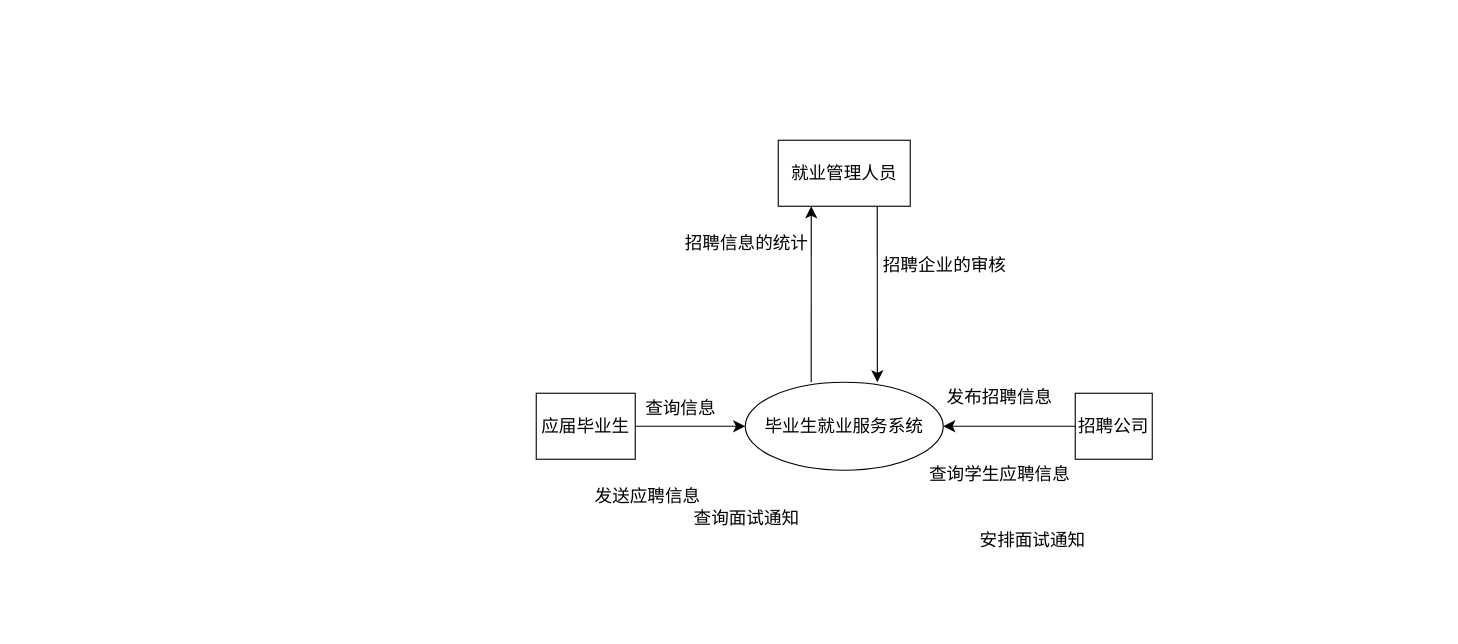
Above: page "第 1 页" (1 of 3) of DFD.drawio in SET025187/EXERCISE001 (draw.io), before the change. Source tidied: cells renumbered, new cells numbered last; positions are measured from the earlier drawing's top-left corner, leaving out a move shared by most shapes. Both pictures are drawn from the tidied source at 110%, with x=0, y=0 at pixel (536, 140).
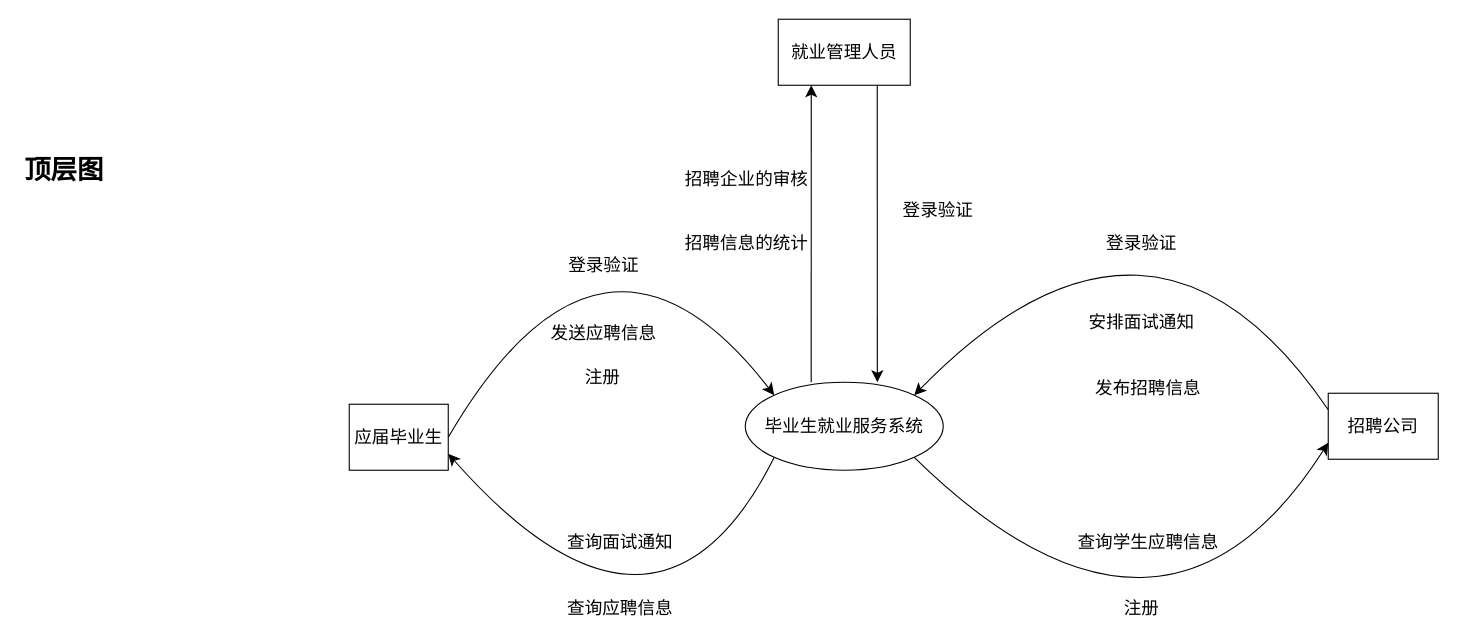
Above is the later version.

The change refers to these unchanged cells:
```xml
<mxCell id="5" value="毕业生就业服务系统" style="ellipse;whiteSpace=wrap;html=1;fontSize=16;" parent="1" vertex="1">
  <mxGeometry x="190" y="220" width="180" height="80" as="geometry" />
</mxCell>
```

Change to the diagram source:
```diff
@@
     <mxCell id="2" value="就业管理人员" style="rounded=0;whiteSpace=wrap;html=1;fontSize=16;" parent="1" vertex="1">
-      <mxGeometry x="220" width="120" height="60" as="geometry" />
+      <mxGeometry x="220" y="-110" width="120" height="60" as="geometry" />
     </mxCell>
     <mxCell id="3" value="应届毕业生" style="rounded=0;whiteSpace=wrap;html=1;fontSize=16;" parent="1" vertex="1">
-      <mxGeometry y="230" width="90" height="60" as="geometry" />
+      <mxGeometry x="-170" y="240" width="90" height="60" as="geometry" />
     </mxCell>
     <mxCell id="4" value="招聘公司" style="rounded=0;whiteSpace=wrap;html=1;fontSize=16;" parent="1" vertex="1">
-      <mxGeometry x="490" y="230" width="70" height="60" as="geometry" />
+      <mxGeometry x="720" y="230" width="100" height="60" as="geometry" />
     </mxCell>
@@
-    <mxCell id="6" style="endArrow=classic;html=1;rounded=0;fontSize=12;startSize=8;endSize=8;curved=1;entryX=1;entryY=0.5;entryDx=0;entryDy=0;exitX=0;exitY=0.5;exitDx=0;exitDy=0;" parent="1" edge="1" source="4" target="5">
-      <mxGeometry relative="1" as="geometry">
-        <Array as="points">
-          <mxPoint x="450" y="260" />
-        </Array>
-      </mxGeometry>
-    </mxCell>
-    <mxCell id="7" style="endArrow=classic;html=1;rounded=0;fontSize=12;startSize=8;endSize=8;curved=1;exitX=1;exitY=0.5;exitDx=0;exitDy=0;entryX=0;entryY=0.5;entryDx=0;entryDy=0;" parent="1" edge="1" source="3" target="5">
-      <mxGeometry relative="1" as="geometry" />
+    <mxCell id="7" style="endArrow=classic;html=1;rounded=0;fontSize=12;startSize=8;endSize=8;curved=1;exitX=1;exitY=0.5;exitDx=0;exitDy=0;entryX=0;entryY=0;entryDx=0;entryDy=0;" parent="1" edge="1" source="3" target="5">
+      <mxGeometry relative="1" as="geometry">
+        <Array as="points">
+          <mxPoint x="60" y="30" />
+        </Array>
+      </mxGeometry>
     </mxCell>
@@
-    <mxCell id="10" value="查询信息" style="text;html=1;align=center;verticalAlign=middle;strokeColor=none;fillColor=none;fontSize=16;" parent="1" vertex="1">
-      <mxGeometry x="86" y="228" width="90" height="30" as="geometry" />
+    <mxCell id="10" value="查询应聘信息" style="text;html=1;align=center;verticalAlign=middle;strokeColor=none;fillColor=none;fontSize=16;" parent="1" vertex="1">
+      <mxGeometry x="16" y="410" width="120" height="30" as="geometry" />
     </mxCell>
     <mxCell id="11" value="发送应聘信息" style="text;html=1;align=center;verticalAlign=middle;strokeColor=none;fillColor=none;fontSize=16;" parent="1" vertex="1">
-      <mxGeometry x="41" y="308" width="120" height="30" as="geometry" />
+      <mxGeometry x="1" y="160" width="120" height="30" as="geometry" />
     </mxCell>
     <mxCell id="12" value="查询面试通知" style="text;html=1;align=center;verticalAlign=middle;strokeColor=none;fillColor=none;fontSize=16;" parent="1" vertex="1">
-      <mxGeometry x="131" y="328" width="120" height="30" as="geometry" />
+      <mxGeometry x="16" y="350" width="120" height="30" as="geometry" />
     </mxCell>
@@
     <mxCell id="14" value="招聘企业的审核" style="text;html=1;align=center;verticalAlign=middle;strokeColor=none;fillColor=none;fontSize=16;" parent="1" vertex="1">
-      <mxGeometry x="301" y="98" width="140" height="30" as="geometry" />
+      <mxGeometry x="121" y="20" width="140" height="30" as="geometry" />
     </mxCell>
     <mxCell id="15" value="发布招聘信息" style="text;html=1;align=center;verticalAlign=middle;strokeColor=none;fillColor=none;fontSize=16;" parent="1" vertex="1">
-      <mxGeometry x="361" y="218" width="120" height="30" as="geometry" />
+      <mxGeometry x="496" y="210" width="120" height="30" as="geometry" />
     </mxCell>
     <mxCell id="16" value="查询学生应聘信息" style="text;html=1;align=center;verticalAlign=middle;strokeColor=none;fillColor=none;fontSize=16;" parent="1" vertex="1">
-      <mxGeometry x="346" y="288" width="150" height="30" as="geometry" />
+      <mxGeometry x="481" y="350" width="150" height="30" as="geometry" />
     </mxCell>
     <mxCell id="17" value="安排面试通知" style="text;html=1;align=center;verticalAlign=middle;strokeColor=none;fillColor=none;fontSize=16;" parent="1" vertex="1">
-      <mxGeometry x="391" y="348" width="120" height="30" as="geometry" />
+      <mxGeometry x="490" y="150" width="120" height="30" as="geometry" />
     </mxCell>
+    <mxCell id="18" value="注册" style="text;html=1;align=center;verticalAlign=middle;strokeColor=none;fillColor=none;fontSize=16;" parent="1" vertex="1">
+      <mxGeometry x="30" y="200" width="60" height="30" as="geometry" />
+    </mxCell>
+    <mxCell id="19" value="注册" style="text;html=1;align=center;verticalAlign=middle;strokeColor=none;fillColor=none;fontSize=16;" parent="1" vertex="1">
+      <mxGeometry x="520" y="410" width="60" height="30" as="geometry" />
+    </mxCell>
+    <mxCell id="20" value="登录验证" style="text;html=1;align=center;verticalAlign=middle;strokeColor=none;fillColor=none;fontSize=16;" parent="1" vertex="1">
+      <mxGeometry x="16" y="98" width="90" height="30" as="geometry" />
+    </mxCell>
+    <mxCell id="21" value="登录验证" style="text;html=1;align=center;verticalAlign=middle;strokeColor=none;fillColor=none;fontSize=16;" parent="1" vertex="1">
+      <mxGeometry x="320" y="48" width="90" height="30" as="geometry" />
+    </mxCell>
+    <mxCell id="22" value="登录验证" style="text;html=1;align=center;verticalAlign=middle;strokeColor=none;fillColor=none;fontSize=16;" parent="1" vertex="1">
+      <mxGeometry x="505" y="78" width="90" height="30" as="geometry" />
+    </mxCell>
+    <mxCell id="23" style="endArrow=classic;html=1;rounded=0;fontSize=12;startSize=8;endSize=8;curved=1;entryX=1;entryY=0.75;entryDx=0;entryDy=0;exitX=0;exitY=1;exitDx=0;exitDy=0;" parent="1" edge="1" source="5" target="3">
+      <mxGeometry relative="1" as="geometry">
+        <Array as="points">
+          <mxPoint x="110" y="500" />
+        </Array>
+      </mxGeometry>
+    </mxCell>
+    <mxCell id="6" style="endArrow=classic;html=1;rounded=0;fontSize=12;startSize=8;endSize=8;curved=1;entryX=1;entryY=0;entryDx=0;entryDy=0;exitX=0;exitY=0.25;exitDx=0;exitDy=0;" parent="1" edge="1" source="4" target="5">
+      <mxGeometry relative="1" as="geometry">
+        <Array as="points">
+          <mxPoint x="560" y="10" />
+        </Array>
+      </mxGeometry>
+    </mxCell>
+    <mxCell id="24" style="endArrow=classic;html=1;rounded=0;fontSize=12;startSize=8;endSize=8;curved=1;exitX=1;exitY=1;exitDx=0;exitDy=0;entryX=0;entryY=0.75;entryDx=0;entryDy=0;" parent="1" edge="1" source="5" target="4">
+      <mxGeometry relative="1" as="geometry">
+        <Array as="points">
+          <mxPoint x="570" y="510" />
+        </Array>
+      </mxGeometry>
+    </mxCell>
+    <mxCell id="25" value="&lt;h1&gt;顶层图&lt;/h1&gt;" style="text;html=1;strokeColor=none;fillColor=none;spacing=5;spacingTop=-20;whiteSpace=wrap;overflow=hidden;rounded=0;" parent="1" vertex="1">
+      <mxGeometry x="-470" y="8" width="190" height="120" as="geometry" />
+    </mxCell>
```
